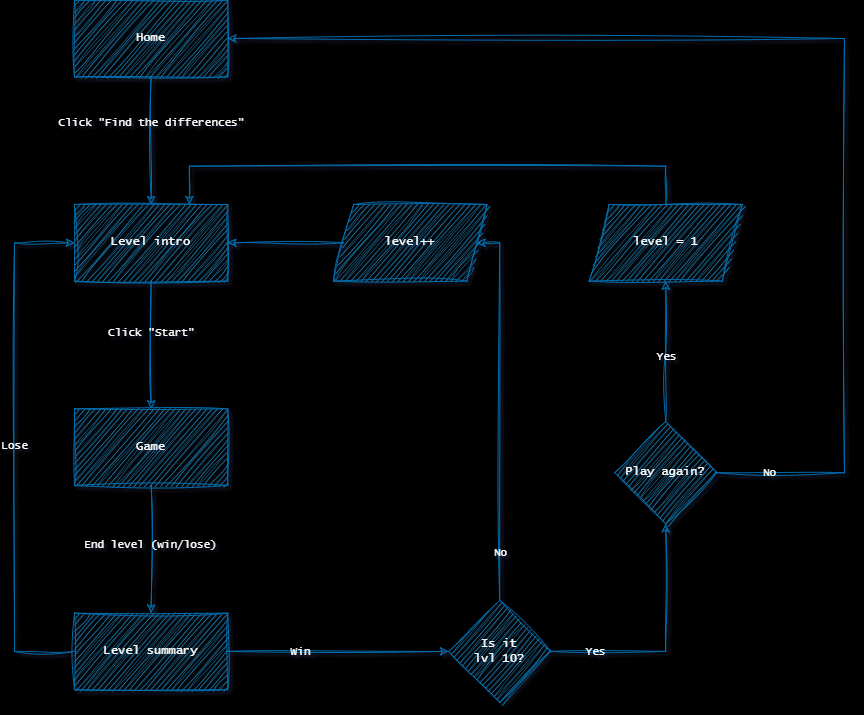
Above: ftd-flowchart.png in vasilyoshev/ai-assistant (draw.io), before the change. Source tidied: cells renumbered, new cells last; positions are measured from the earlier drawing's top-left corner, leaving out a move shared by most shapes.
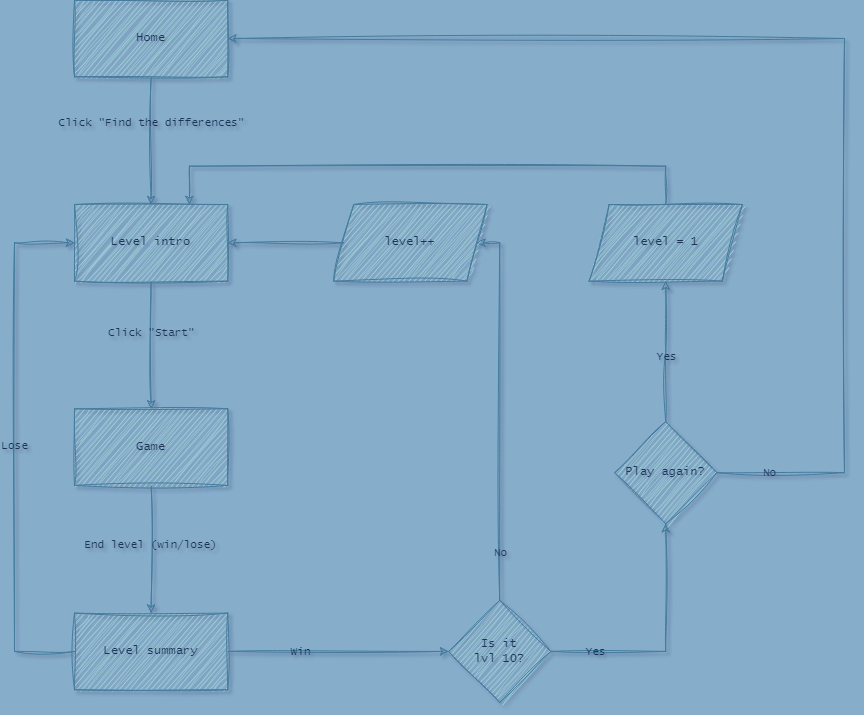
After the commit.

Change to the diagram source:
```diff
@@ -1,39 +1,39 @@
-<mxGraphModel background="#000000" shadow="1">
+<mxGraphModel background="#86ADCA" shadow="1">
   <root>
     <mxCell id="0" />
     <mxCell id="1" parent="0" />
-    <mxCell id="2" style="edgeStyle=orthogonalEdgeStyle;rounded=0;jettySize=auto;html=1;labelBackgroundColor=none;fontColor=default;strokeColor=#006EAF;sketch=1;curveFitting=1;jiggle=2;strokeWidth=1;fillColor=#1ba1e2;fontFamily=Architects Daughter;" parent="1" edge="1" source="4" target="7">
+    <mxCell id="2" style="edgeStyle=orthogonalEdgeStyle;rounded=0;jettySize=auto;html=1;labelBackgroundColor=none;fontColor=default;strokeColor=#457B9D;sketch=1;curveFitting=1;jiggle=2;strokeWidth=1;fillColor=#A8DADC;fontFamily=Architects Daughter;" parent="1" edge="1" source="4" target="7">
       <mxGeometry relative="1" as="geometry" />
     </mxCell>
-    <mxCell id="3" value="Click &quot;Find the differences&quot;" style="edgeLabel;html=1;align=center;verticalAlign=middle;labelBackgroundColor=none;rounded=0;fontColor=#FFFFFF;sketch=1;curveFitting=1;jiggle=2;fontFamily=Lucida Console;textShadow=0;" parent="2" vertex="1">
+    <mxCell id="3" value="Click &quot;Find the differences&quot;" style="edgeLabel;html=1;align=center;verticalAlign=middle;labelBackgroundColor=none;rounded=0;fontColor=#1D3557;sketch=1;curveFitting=1;jiggle=2;fontFamily=Lucida Console;textShadow=0;" parent="2" vertex="1">
       <mxGeometry x="-0.04" relative="1" as="geometry">
         <mxPoint y="-16" as="offset" />
       </mxGeometry>
     </mxCell>
-    <mxCell id="4" value="Home" style="rounded=0;labelBackgroundColor=none;strokeWidth=1;perimeterSpacing=0;sketch=1;curveFitting=1;jiggle=2;fillColor=#1ba1e2;fontColor=#ffffff;strokeColor=#006EAF;fontFamily=Lucida Console;textShadow=0;html=1;whiteSpace=wrap;" parent="1" vertex="1">
+    <mxCell id="4" value="Home" style="rounded=0;labelBackgroundColor=none;strokeWidth=1;perimeterSpacing=0;sketch=1;curveFitting=1;jiggle=2;fillColor=#A8DADC;fontColor=#1D3557;strokeColor=#457B9D;fontFamily=Lucida Console;textShadow=0;html=1;whiteSpace=wrap;" parent="1" vertex="1">
       <mxGeometry x="60" y="-0.3" width="153.2" height="76.6" as="geometry" />
     </mxCell>
-    <mxCell id="5" style="edgeStyle=orthogonalEdgeStyle;rounded=0;jettySize=auto;html=1;exitX=0.5;exitY=1;exitDx=0;exitDy=0;entryX=0.5;entryY=0;entryDx=0;entryDy=0;labelBackgroundColor=none;fontColor=default;strokeColor=#006EAF;sketch=1;curveFitting=1;jiggle=2;strokeWidth=1;fillColor=#1ba1e2;fontFamily=Architects Daughter;" parent="1" edge="1" source="7" target="10">
+    <mxCell id="5" style="edgeStyle=orthogonalEdgeStyle;rounded=0;jettySize=auto;html=1;exitX=0.5;exitY=1;exitDx=0;exitDy=0;entryX=0.5;entryY=0;entryDx=0;entryDy=0;labelBackgroundColor=none;fontColor=default;strokeColor=#457B9D;sketch=1;curveFitting=1;jiggle=2;strokeWidth=1;fillColor=#A8DADC;fontFamily=Architects Daughter;" parent="1" edge="1" source="7" target="10">
       <mxGeometry relative="1" as="geometry" />
     </mxCell>
-    <mxCell id="6" value="Click &quot;Start&quot;" style="edgeLabel;html=1;align=center;verticalAlign=middle;labelBackgroundColor=none;rounded=0;fontColor=#FFFFFF;sketch=1;curveFitting=1;jiggle=2;fontFamily=Lucida Console;" parent="5" vertex="1">
+    <mxCell id="6" value="Click &quot;Start&quot;" style="edgeLabel;html=1;align=center;verticalAlign=middle;labelBackgroundColor=none;rounded=0;fontColor=#1D3557;sketch=1;curveFitting=1;jiggle=2;fontFamily=Lucida Console;" parent="5" vertex="1">
       <mxGeometry relative="1" as="geometry">
         <mxPoint y="-13" as="offset" />
       </mxGeometry>
     </mxCell>
-    <mxCell id="7" value="Level intro" style="rounded=0;whiteSpace=wrap;html=1;labelBackgroundColor=none;strokeWidth=1;sketch=1;curveFitting=1;jiggle=2;fillColor=#1ba1e2;fontColor=#ffffff;strokeColor=#006EAF;fontFamily=Lucida Console;" parent="1" vertex="1">
+    <mxCell id="7" value="Level intro" style="rounded=0;whiteSpace=wrap;html=1;labelBackgroundColor=none;strokeWidth=1;sketch=1;curveFitting=1;jiggle=2;fillColor=#A8DADC;fontColor=#1D3557;strokeColor=#457B9D;fontFamily=Lucida Console;" parent="1" vertex="1">
       <mxGeometry x="60" y="204" width="153.2" height="76.6" as="geometry" />
     </mxCell>
-    <mxCell id="8" style="edgeStyle=orthogonalEdgeStyle;rounded=0;jettySize=auto;html=1;entryX=0.5;entryY=0;entryDx=0;entryDy=0;labelBackgroundColor=none;fontColor=default;strokeColor=#006EAF;sketch=1;curveFitting=1;jiggle=2;strokeWidth=1;fillColor=#1ba1e2;fontFamily=Architects Daughter;" parent="1" edge="1" source="10" target="15">
+    <mxCell id="8" style="edgeStyle=orthogonalEdgeStyle;rounded=0;jettySize=auto;html=1;entryX=0.5;entryY=0;entryDx=0;entryDy=0;labelBackgroundColor=none;fontColor=default;strokeColor=#457B9D;sketch=1;curveFitting=1;jiggle=2;strokeWidth=1;fillColor=#A8DADC;fontFamily=Architects Daughter;" parent="1" edge="1" source="10" target="15">
       <mxGeometry relative="1" as="geometry" />
     </mxCell>
-    <mxCell id="9" value="End level (win/lose)" style="edgeLabel;html=1;align=center;verticalAlign=middle;labelBackgroundColor=none;rounded=0;fontColor=#FFFFFF;sketch=1;curveFitting=1;jiggle=2;fontFamily=Lucida Console;" parent="8" vertex="1">
+    <mxCell id="9" value="End level (win/lose)" style="edgeLabel;html=1;align=center;verticalAlign=middle;labelBackgroundColor=none;rounded=0;fontColor=#1D3557;sketch=1;curveFitting=1;jiggle=2;fontFamily=Lucida Console;" parent="8" vertex="1">
       <mxGeometry x="-0.08" y="-1" relative="1" as="geometry" />
     </mxCell>
-    <mxCell id="10" value="Game" style="rounded=0;whiteSpace=wrap;html=1;labelBackgroundColor=none;strokeWidth=1;sketch=1;curveFitting=1;jiggle=2;fillColor=#1ba1e2;fontColor=#ffffff;strokeColor=#006EAF;fontFamily=Lucida Console;" parent="1" vertex="1">
+    <mxCell id="10" value="Game" style="rounded=0;whiteSpace=wrap;html=1;labelBackgroundColor=none;strokeWidth=1;sketch=1;curveFitting=1;jiggle=2;fillColor=#A8DADC;fontColor=#1D3557;strokeColor=#457B9D;fontFamily=Lucida Console;" parent="1" vertex="1">
       <mxGeometry x="60" y="408.3" width="153.2" height="76.6" as="geometry" />
     </mxCell>
-    <mxCell id="11" style="edgeStyle=orthogonalEdgeStyle;rounded=0;jettySize=auto;html=1;entryX=0;entryY=0.5;entryDx=0;entryDy=0;labelBackgroundColor=none;fontColor=default;strokeColor=#006EAF;sketch=1;curveFitting=1;jiggle=2;strokeWidth=1;fillColor=#1ba1e2;fontFamily=Architects Daughter;" parent="1" edge="1" source="15" target="7">
+    <mxCell id="11" style="edgeStyle=orthogonalEdgeStyle;rounded=0;jettySize=auto;html=1;entryX=0;entryY=0.5;entryDx=0;entryDy=0;labelBackgroundColor=none;fontColor=default;strokeColor=#457B9D;sketch=1;curveFitting=1;jiggle=2;strokeWidth=1;fillColor=#A8DADC;fontFamily=Architects Daughter;" parent="1" edge="1" source="15" target="7">
       <mxGeometry relative="1" as="geometry">
         <Array as="points">
           <mxPoint y="650.9" />
@@ -41,58 +41,58 @@
         </Array>
       </mxGeometry>
     </mxCell>
-    <mxCell id="12" value="Lose" style="edgeLabel;html=1;align=center;verticalAlign=middle;labelBackgroundColor=none;rounded=0;fontColor=#FFFFFF;sketch=1;curveFitting=1;jiggle=2;fontFamily=Lucida Console;" parent="11" vertex="1">
+    <mxCell id="12" value="Lose" style="edgeLabel;html=1;align=center;verticalAlign=middle;labelBackgroundColor=none;rounded=0;fontColor=#1D3557;sketch=1;curveFitting=1;jiggle=2;fontFamily=Lucida Console;" parent="11" vertex="1">
       <mxGeometry x="0.01" y="1" relative="1" as="geometry" />
     </mxCell>
-    <mxCell id="13" style="edgeStyle=orthogonalEdgeStyle;rounded=0;jettySize=auto;html=1;exitX=1;exitY=0.5;exitDx=0;exitDy=0;labelBackgroundColor=none;fontColor=default;strokeColor=#006EAF;sketch=1;curveFitting=1;jiggle=2;strokeWidth=1;fillColor=#1ba1e2;fontFamily=Architects Daughter;" parent="1" edge="1" source="15" target="20">
+    <mxCell id="13" style="edgeStyle=orthogonalEdgeStyle;rounded=0;jettySize=auto;html=1;exitX=1;exitY=0.5;exitDx=0;exitDy=0;labelBackgroundColor=none;fontColor=default;strokeColor=#457B9D;sketch=1;curveFitting=1;jiggle=2;strokeWidth=1;fillColor=#A8DADC;fontFamily=Architects Daughter;" parent="1" edge="1" source="15" target="20">
       <mxGeometry relative="1" as="geometry" />
     </mxCell>
-    <mxCell id="14" value="Win" style="edgeLabel;html=1;align=center;verticalAlign=middle;labelBackgroundColor=none;rounded=0;fontColor=#FFFFFF;sketch=1;curveFitting=1;jiggle=2;fontFamily=Lucida Console;" parent="13" vertex="1">
+    <mxCell id="14" value="Win" style="edgeLabel;html=1;align=center;verticalAlign=middle;labelBackgroundColor=none;rounded=0;fontColor=#1D3557;sketch=1;curveFitting=1;jiggle=2;fontFamily=Lucida Console;" parent="13" vertex="1">
       <mxGeometry x="-0.2" y="-1" relative="1" as="geometry">
         <mxPoint x="-16" y="-1" as="offset" />
       </mxGeometry>
     </mxCell>
-    <mxCell id="15" value="Level summary" style="rounded=0;whiteSpace=wrap;html=1;labelBackgroundColor=none;strokeWidth=1;sketch=1;curveFitting=1;jiggle=2;fillColor=#1ba1e2;fontColor=#ffffff;strokeColor=#006EAF;fontFamily=Lucida Console;" parent="1" vertex="1">
+    <mxCell id="15" value="Level summary" style="rounded=0;whiteSpace=wrap;html=1;labelBackgroundColor=none;strokeWidth=1;sketch=1;curveFitting=1;jiggle=2;fillColor=#A8DADC;fontColor=#1D3557;strokeColor=#457B9D;fontFamily=Lucida Console;" parent="1" vertex="1">
       <mxGeometry x="60" y="612.6" width="153.2" height="76.6" as="geometry" />
     </mxCell>
-    <mxCell id="16" style="edgeStyle=orthogonalEdgeStyle;rounded=0;jettySize=auto;html=1;exitX=0.5;exitY=0;exitDx=0;exitDy=0;entryX=1;entryY=0.5;entryDx=0;entryDy=0;labelBackgroundColor=none;fontColor=default;strokeColor=#006EAF;sketch=1;curveFitting=1;jiggle=2;strokeWidth=1;fillColor=#1ba1e2;fontFamily=Architects Daughter;" parent="1" edge="1" source="20" target="22">
+    <mxCell id="16" style="edgeStyle=orthogonalEdgeStyle;rounded=0;jettySize=auto;html=1;exitX=0.5;exitY=0;exitDx=0;exitDy=0;entryX=1;entryY=0.5;entryDx=0;entryDy=0;labelBackgroundColor=none;fontColor=default;strokeColor=#457B9D;sketch=1;curveFitting=1;jiggle=2;strokeWidth=1;fillColor=#A8DADC;fontFamily=Architects Daughter;" parent="1" edge="1" source="20" target="22">
       <mxGeometry relative="1" as="geometry">
         <Array as="points">
           <mxPoint x="485.2" y="242.3" />
         </Array>
       </mxGeometry>
     </mxCell>
-    <mxCell id="17" value="No" style="edgeLabel;html=1;align=center;verticalAlign=middle;labelBackgroundColor=none;rounded=0;fontColor=#FFFFFF;sketch=1;curveFitting=1;jiggle=2;fontFamily=Lucida Console;" parent="16" vertex="1">
+    <mxCell id="17" value="No" style="edgeLabel;html=1;align=center;verticalAlign=middle;labelBackgroundColor=none;rounded=0;fontColor=#1D3557;sketch=1;curveFitting=1;jiggle=2;fontFamily=Lucida Console;" parent="16" vertex="1">
       <mxGeometry x="0.29" y="2" relative="1" as="geometry">
         <mxPoint x="2" y="197" as="offset" />
       </mxGeometry>
     </mxCell>
-    <mxCell id="18" style="edgeStyle=orthogonalEdgeStyle;rounded=0;jettySize=auto;html=1;entryX=0.5;entryY=1;entryDx=0;entryDy=0;labelBackgroundColor=none;fontColor=default;strokeColor=#006EAF;sketch=1;curveFitting=1;jiggle=2;strokeWidth=1;fillColor=#1ba1e2;fontFamily=Architects Daughter;" parent="1" edge="1" source="20" target="27">
+    <mxCell id="18" style="edgeStyle=orthogonalEdgeStyle;rounded=0;jettySize=auto;html=1;entryX=0.5;entryY=1;entryDx=0;entryDy=0;labelBackgroundColor=none;fontColor=default;strokeColor=#457B9D;sketch=1;curveFitting=1;jiggle=2;strokeWidth=1;fillColor=#A8DADC;fontFamily=Architects Daughter;" parent="1" edge="1" source="20" target="27">
       <mxGeometry relative="1" as="geometry" />
     </mxCell>
-    <mxCell id="19" value="Yes" style="edgeLabel;html=1;align=center;verticalAlign=middle;labelBackgroundColor=none;rounded=0;fontColor=#FFFFFF;sketch=1;curveFitting=1;jiggle=2;fontFamily=Lucida Console;" parent="18" vertex="1">
+    <mxCell id="19" value="Yes" style="edgeLabel;html=1;align=center;verticalAlign=middle;labelBackgroundColor=none;rounded=0;fontColor=#1D3557;sketch=1;curveFitting=1;jiggle=2;fontFamily=Lucida Console;" parent="18" vertex="1">
       <mxGeometry x="-0.02" relative="1" as="geometry">
         <mxPoint x="-71" y="4" as="offset" />
       </mxGeometry>
     </mxCell>
-    <mxCell id="20" value="Is it&lt;div&gt;lvl 10?&lt;/div&gt;" style="rhombus;whiteSpace=wrap;html=1;labelBackgroundColor=none;rounded=0;strokeWidth=1;sketch=1;curveFitting=1;jiggle=2;fillColor=#1ba1e2;fontColor=#ffffff;strokeColor=#006EAF;fontFamily=Lucida Console;" parent="1" vertex="1">
+    <mxCell id="20" value="Is it&lt;div&gt;lvl 10?&lt;/div&gt;" style="rhombus;whiteSpace=wrap;html=1;labelBackgroundColor=none;rounded=0;strokeWidth=1;sketch=1;curveFitting=1;jiggle=2;fillColor=#A8DADC;fontColor=#1D3557;strokeColor=#457B9D;fontFamily=Lucida Console;" parent="1" vertex="1">
       <mxGeometry x="434.2" y="599.8" width="102.2" height="102.2" as="geometry" />
     </mxCell>
-    <mxCell id="21" style="edgeStyle=orthogonalEdgeStyle;rounded=0;jettySize=auto;html=1;labelBackgroundColor=none;fontColor=default;strokeColor=#006EAF;sketch=1;curveFitting=1;jiggle=2;strokeWidth=1;fillColor=#1ba1e2;fontFamily=Architects Daughter;" parent="1" edge="1" source="22" target="7">
+    <mxCell id="21" style="edgeStyle=orthogonalEdgeStyle;rounded=0;jettySize=auto;html=1;labelBackgroundColor=none;fontColor=default;strokeColor=#457B9D;sketch=1;curveFitting=1;jiggle=2;strokeWidth=1;fillColor=#A8DADC;fontFamily=Architects Daughter;" parent="1" edge="1" source="22" target="7">
       <mxGeometry relative="1" as="geometry" />
     </mxCell>
-    <mxCell id="22" value="level++" style="shape=parallelogram;perimeter=parallelogramPerimeter;whiteSpace=wrap;html=1;fixedSize=1;labelBackgroundColor=none;rounded=0;strokeWidth=1;sketch=1;curveFitting=1;jiggle=2;fillColor=#1ba1e2;fontColor=#ffffff;strokeColor=#006EAF;fontFamily=Lucida Console;" parent="1" vertex="1">
+    <mxCell id="22" value="level++" style="shape=parallelogram;perimeter=parallelogramPerimeter;whiteSpace=wrap;html=1;fixedSize=1;labelBackgroundColor=none;rounded=0;strokeWidth=1;sketch=1;curveFitting=1;jiggle=2;fillColor=#A8DADC;fontColor=#1D3557;strokeColor=#457B9D;fontFamily=Lucida Console;" parent="1" vertex="1">
       <mxGeometry x="319.2" y="204" width="153.2" height="76.6" as="geometry" />
     </mxCell>
-    <mxCell id="23" style="edgeStyle=orthogonalEdgeStyle;rounded=0;jettySize=auto;html=1;entryX=0.5;entryY=1;entryDx=0;entryDy=0;labelBackgroundColor=none;fontColor=default;strokeColor=#006EAF;sketch=1;curveFitting=1;jiggle=2;strokeWidth=1;fillColor=#1ba1e2;fontFamily=Architects Daughter;" parent="1" edge="1" source="27" target="29">
+    <mxCell id="23" style="edgeStyle=orthogonalEdgeStyle;rounded=0;jettySize=auto;html=1;entryX=0.5;entryY=1;entryDx=0;entryDy=0;labelBackgroundColor=none;fontColor=default;strokeColor=#457B9D;sketch=1;curveFitting=1;jiggle=2;strokeWidth=1;fillColor=#A8DADC;fontFamily=Architects Daughter;" parent="1" edge="1" source="27" target="29">
       <mxGeometry relative="1" as="geometry" />
     </mxCell>
-    <mxCell id="24" value="Yes" style="edgeLabel;html=1;align=center;verticalAlign=middle;labelBackgroundColor=none;rounded=0;fontColor=#FFFFFF;sketch=1;curveFitting=1;jiggle=2;fontFamily=Lucida Console;" parent="23" vertex="1">
+    <mxCell id="24" value="Yes" style="edgeLabel;html=1;align=center;verticalAlign=middle;labelBackgroundColor=none;rounded=0;fontColor=#1D3557;sketch=1;curveFitting=1;jiggle=2;fontFamily=Lucida Console;" parent="23" vertex="1">
       <mxGeometry x="-0.01" relative="1" as="geometry">
         <mxPoint y="4" as="offset" />
       </mxGeometry>
     </mxCell>
-    <mxCell id="25" style="edgeStyle=orthogonalEdgeStyle;rounded=0;jettySize=auto;html=1;entryX=1;entryY=0.5;entryDx=0;entryDy=0;labelBackgroundColor=none;fontColor=default;strokeColor=#006EAF;sketch=1;curveFitting=1;jiggle=2;strokeWidth=1;fillColor=#1ba1e2;fontFamily=Architects Daughter;" parent="1" edge="1" source="27" target="4">
+    <mxCell id="25" style="edgeStyle=orthogonalEdgeStyle;rounded=0;jettySize=auto;html=1;entryX=1;entryY=0.5;entryDx=0;entryDy=0;labelBackgroundColor=none;fontColor=default;strokeColor=#457B9D;sketch=1;curveFitting=1;jiggle=2;strokeWidth=1;fillColor=#A8DADC;fontFamily=Architects Daughter;" parent="1" edge="1" source="27" target="4">
       <mxGeometry relative="1" as="geometry">
         <Array as="points">
           <mxPoint x="830" y="472.2" />
@@ -100,15 +100,15 @@
         </Array>
       </mxGeometry>
     </mxCell>
-    <mxCell id="26" value="No" style="edgeLabel;html=1;align=center;verticalAlign=middle;labelBackgroundColor=none;rounded=0;fontColor=#FFFFFF;sketch=1;curveFitting=1;jiggle=2;fontFamily=Lucida Console;" parent="25" vertex="1">
+    <mxCell id="26" value="No" style="edgeLabel;html=1;align=center;verticalAlign=middle;labelBackgroundColor=none;rounded=0;fontColor=#1D3557;sketch=1;curveFitting=1;jiggle=2;fontFamily=Lucida Console;" parent="25" vertex="1">
       <mxGeometry x="-0.44" y="-1" relative="1" as="geometry">
         <mxPoint x="-77" y="201" as="offset" />
       </mxGeometry>
     </mxCell>
-    <mxCell id="27" value="Play again?" style="rhombus;whiteSpace=wrap;html=1;labelBackgroundColor=none;rounded=0;strokeWidth=1;sketch=1;curveFitting=1;jiggle=2;fillColor=#1ba1e2;fontColor=#ffffff;strokeColor=#006EAF;fontFamily=Lucida Console;" parent="1" vertex="1">
+    <mxCell id="27" value="Play again?" style="rhombus;whiteSpace=wrap;html=1;labelBackgroundColor=none;rounded=0;strokeWidth=1;sketch=1;curveFitting=1;jiggle=2;fillColor=#A8DADC;fontColor=#1D3557;strokeColor=#457B9D;fontFamily=Lucida Console;" parent="1" vertex="1">
       <mxGeometry x="600.2" y="421.1" width="102.2" height="102.2" as="geometry" />
     </mxCell>
-    <mxCell id="28" style="edgeStyle=orthogonalEdgeStyle;rounded=0;jettySize=auto;html=1;entryX=0.75;entryY=0;entryDx=0;entryDy=0;labelBackgroundColor=none;fontColor=default;strokeColor=#006EAF;sketch=1;curveFitting=1;jiggle=2;strokeWidth=1;fillColor=#1ba1e2;fontFamily=Architects Daughter;" parent="1" edge="1" source="29" target="7">
+    <mxCell id="28" style="edgeStyle=orthogonalEdgeStyle;rounded=0;jettySize=auto;html=1;entryX=0.75;entryY=0;entryDx=0;entryDy=0;labelBackgroundColor=none;fontColor=default;strokeColor=#457B9D;sketch=1;curveFitting=1;jiggle=2;strokeWidth=1;fillColor=#A8DADC;fontFamily=Architects Daughter;" parent="1" edge="1" source="29" target="7">
       <mxGeometry relative="1" as="geometry">
         <Array as="points">
           <mxPoint x="651.2" y="165.7" />
@@ -116,7 +116,7 @@
         </Array>
       </mxGeometry>
     </mxCell>
-    <mxCell id="29" value="level = 1" style="shape=parallelogram;perimeter=parallelogramPerimeter;whiteSpace=wrap;html=1;fixedSize=1;labelBackgroundColor=none;rounded=0;strokeWidth=1;sketch=1;curveFitting=1;jiggle=2;fillColor=#1ba1e2;fontColor=#ffffff;strokeColor=#006EAF;fontFamily=Lucida Console;" parent="1" vertex="1">
+    <mxCell id="29" value="level = 1" style="shape=parallelogram;perimeter=parallelogramPerimeter;whiteSpace=wrap;html=1;fixedSize=1;labelBackgroundColor=none;rounded=0;strokeWidth=1;sketch=1;curveFitting=1;jiggle=2;fillColor=#A8DADC;fontColor=#1D3557;strokeColor=#457B9D;fontFamily=Lucida Console;" parent="1" vertex="1">
       <mxGeometry x="574.6" y="204" width="153.2" height="76.6" as="geometry" />
     </mxCell>
   </root>
```
